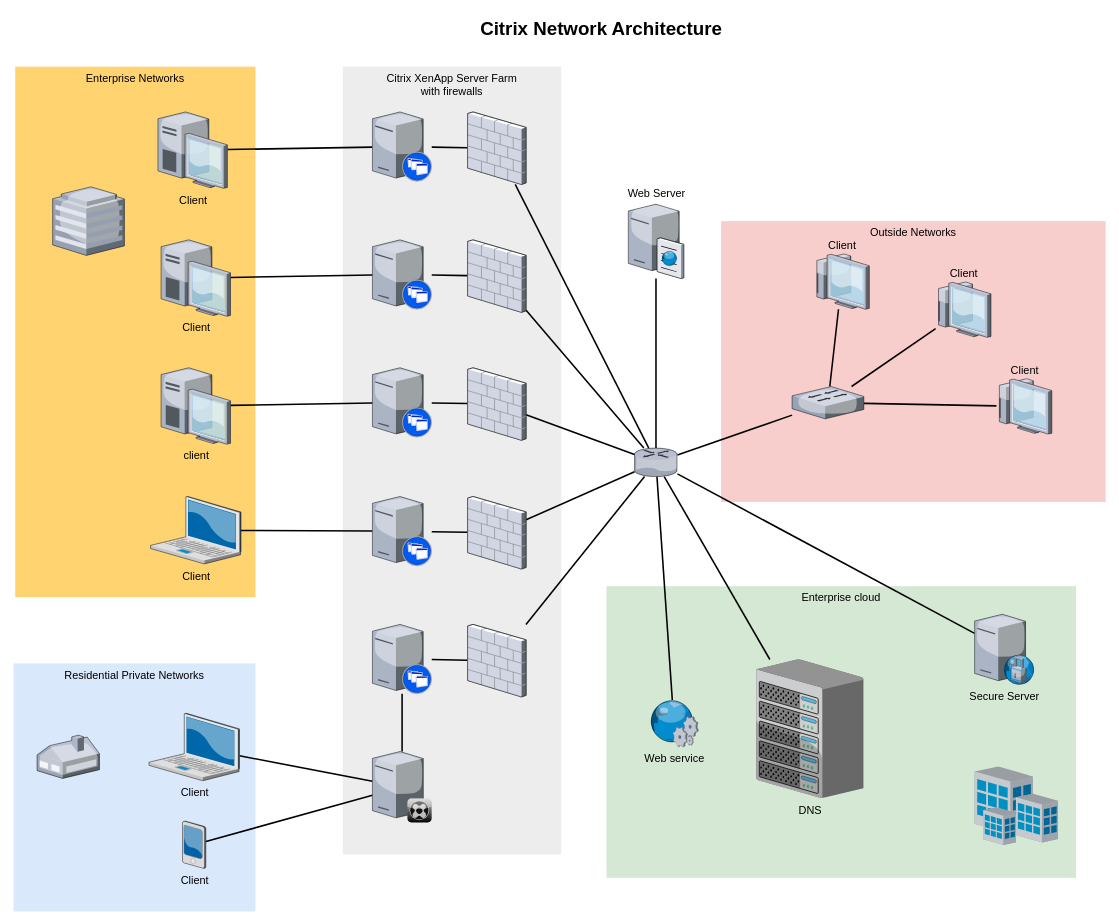
Above: 海马云手机插件化私有部署示意图.drawio in Garygu0519/drawideas (draw.io), before the change. Source tidied: cells renumbered, new cells numbered last; positions are measured from the earlier drawing's top-left corner, leaving out a move shared by most shapes. Both pictures are drawn from the tidied source at 78%, with x=0, y=0 at pixel (13, 13).
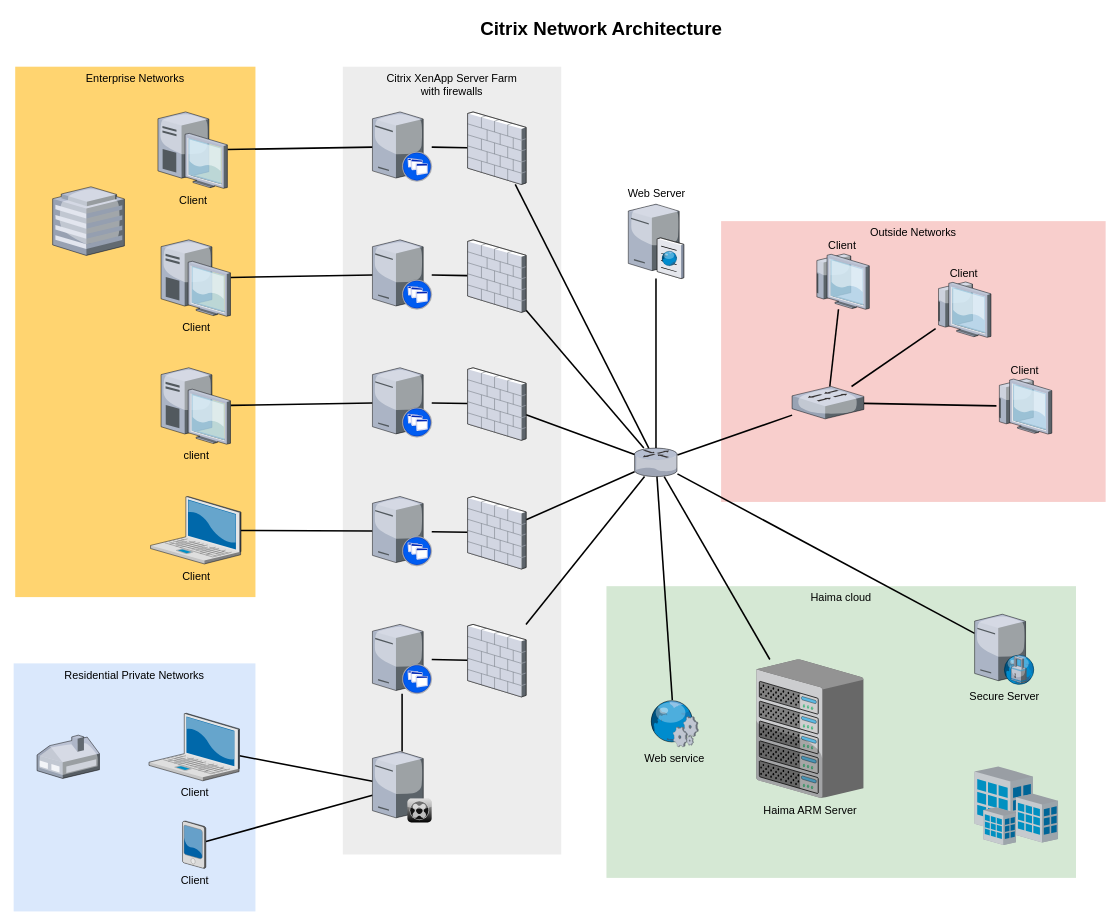
The same page after the edit.

Commit message:
更新海马云手机插件化私有部署示意图.drawio

Change to the diagram source:
```diff
@@
-    <mxCell id="3" value="Enterprise cloud" style="whiteSpace=wrap;html=1;fillColor=#d5e8d4;fontSize=14;strokeColor=none;verticalAlign=top;" parent="1" vertex="1">
+    <mxCell id="3" value="Haima cloud" style="whiteSpace=wrap;html=1;fillColor=#d5e8d4;fontSize=14;strokeColor=none;verticalAlign=top;" parent="1" vertex="1">
       <mxGeometry x="760" y="734" width="602" height="374" as="geometry" />
     </mxCell>
@@
-    <mxCell id="37" value="DNS" style="verticalLabelPosition=bottom;html=1;verticalAlign=top;strokeColor=none;shape=mxgraph.citrix.chassis;fillColor=#66B2FF;gradientColor=#0066CC;fontSize=14;" parent="1" vertex="1">
+    <mxCell id="37" value="Haima ARM Server" style="verticalLabelPosition=bottom;html=1;verticalAlign=top;strokeColor=none;shape=mxgraph.citrix.chassis;fillColor=#66B2FF;gradientColor=#0066CC;fontSize=14;" parent="1" vertex="1">
       <mxGeometry x="952" y="828" width="137.5" height="177.5" as="geometry" />
     </mxCell>
```
